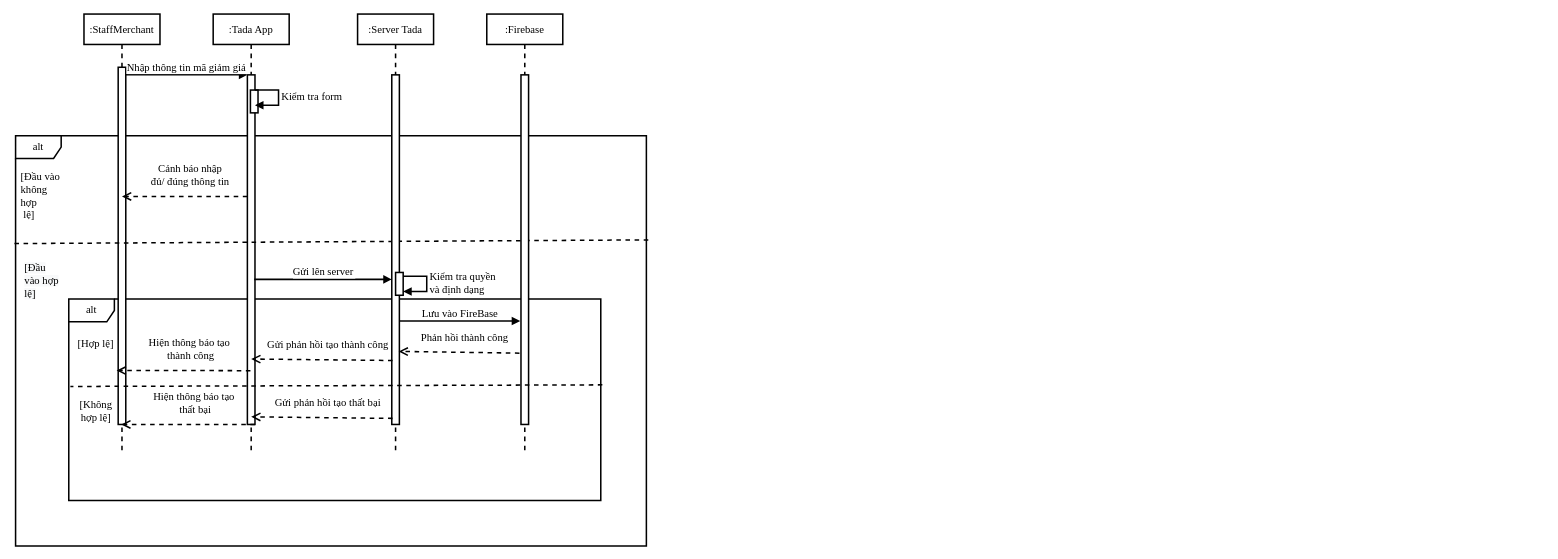
Above: Untitled Diagram.drawio in nguyendu11a2/TADA_DIAGRAM (draw.io), before the change. Source tidied: cells renumbered, new cells numbered last; positions are measured from the earlier drawing's top-left corner, leaving out a move shared by most shapes. Both pictures are drawn from the tidied source at 76%, with x=0, y=0 at pixel (15, 14).
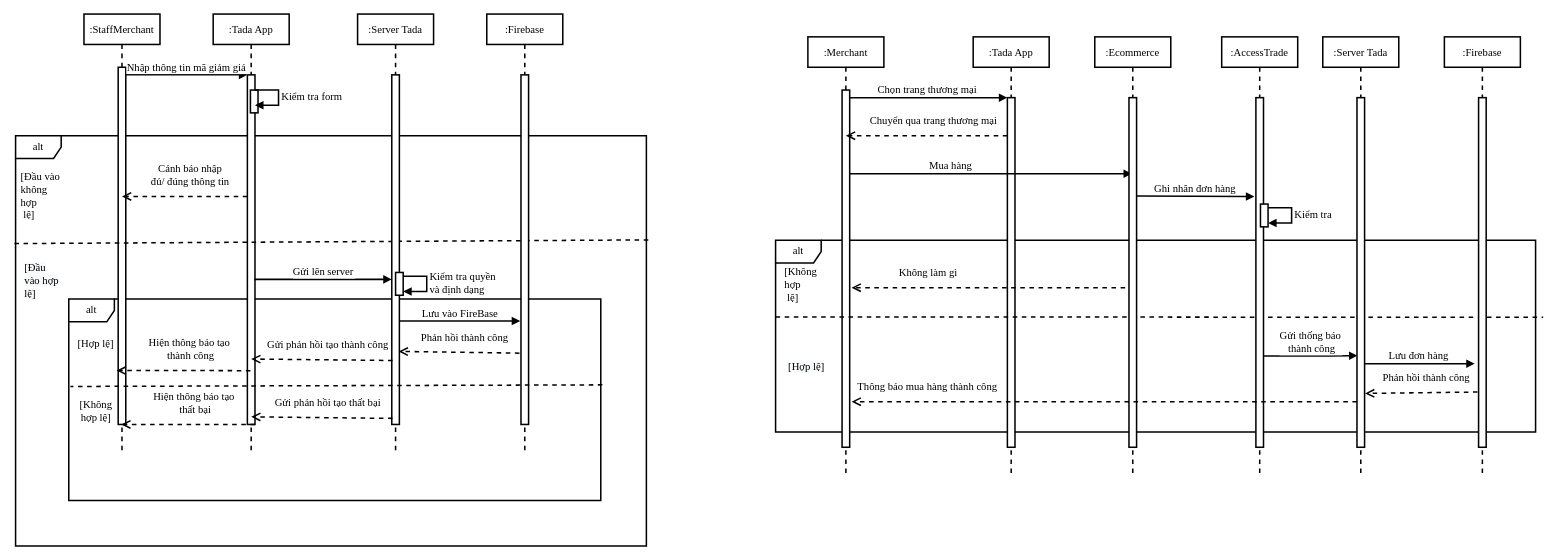
After the change.

What changed in the source:
```diff
@@
+    <mxCell id="31" value="alt" style="shape=umlFrame;whiteSpace=wrap;html=1;fontSize=14;fontFamily=Times New Roman;strokeWidth=2;" parent="1" vertex="1">
+      <mxGeometry x="1000" y="297.5" width="1000" height="252.5" as="geometry" />
+    </mxCell>
+    <mxCell id="32" value=":Merchant" style="shape=umlLifeline;perimeter=lifelinePerimeter;rounded=0;shadow=0;strokeWidth=2;fontSize=14;fontFamily=Times New Roman;" parent="1" vertex="1">
+      <mxGeometry x="1042.5" y="30" width="100" height="580" as="geometry" />
+    </mxCell>
+    <mxCell id="33" style="points=[];perimeter=orthogonalPerimeter;rounded=0;shadow=0;strokeWidth=2;fontSize=14;fontFamily=Times New Roman;" parent="32" vertex="1">
+      <mxGeometry x="45" y="70" width="10" height="470" as="geometry" />
+    </mxCell>
+    <mxCell id="34" value=":Tada App" style="shape=umlLifeline;perimeter=lifelinePerimeter;rounded=0;shadow=0;strokeWidth=2;fontSize=14;fontFamily=Times New Roman;" parent="1" vertex="1">
+      <mxGeometry x="1260" y="30" width="100" height="580" as="geometry" />
+    </mxCell>
+    <mxCell id="35" style="points=[];perimeter=orthogonalPerimeter;rounded=0;shadow=0;strokeWidth=2;fontSize=14;fontFamily=Times New Roman;" parent="34" vertex="1">
+      <mxGeometry x="45" y="80" width="10" height="460" as="geometry" />
+    </mxCell>
+    <mxCell id="36" value="Mua hàng" style="verticalAlign=bottom;endArrow=block;shadow=0;strokeWidth=2;fontSize=14;fontFamily=Times New Roman;" parent="34" edge="1" target="50">
+      <mxGeometry x="-0.29" relative="1" as="geometry">
+        <mxPoint x="-162.5" y="180" as="sourcePoint" />
+        <mxPoint x="1" as="offset" />
+      </mxGeometry>
+    </mxCell>
+    <mxCell id="37" style="verticalAlign=bottom;endArrow=none;dashed=1;endSize=8;exitX=0;exitY=0.4;shadow=0;strokeWidth=2;fontSize=14;fontFamily=Times New Roman;exitDx=0;exitDy=0;exitPerimeter=0;endFill=0;" parent="1" edge="1" source="31">
+      <mxGeometry relative="1" as="geometry">
+        <mxPoint x="2010" y="399" as="targetPoint" />
+      </mxGeometry>
+    </mxCell>
+    <mxCell id="38" value="Chọn trang thương mại " style="verticalAlign=bottom;endArrow=block;entryX=0;entryY=0;shadow=0;strokeWidth=2;fontSize=14;fontFamily=Times New Roman;" parent="1" edge="1" source="33" target="35">
+      <mxGeometry relative="1" as="geometry" />
+    </mxCell>
+    <mxCell id="39" value=":Server Tada" style="shape=umlLifeline;perimeter=lifelinePerimeter;rounded=0;shadow=0;strokeWidth=2;fontSize=14;fontFamily=Times New Roman;" parent="1" vertex="1">
+      <mxGeometry x="1720" y="30" width="100" height="580" as="geometry" />
+    </mxCell>
+    <mxCell id="40" style="points=[];perimeter=orthogonalPerimeter;rounded=0;shadow=0;strokeWidth=2;fontSize=14;fontFamily=Times New Roman;" parent="39" vertex="1">
+      <mxGeometry x="45" y="80" width="10" height="460" as="geometry" />
+    </mxCell>
+    <mxCell id="41" value="Chuyển qua trang thương mại" style="verticalAlign=bottom;endArrow=open;dashed=1;endSize=8;shadow=0;strokeWidth=2;fontSize=14;fontFamily=Times New Roman;" parent="1" edge="1" source="35" target="32">
+      <mxGeometry x="-0.09" y="-10" relative="1" as="geometry">
+        <Array as="points">
+          <mxPoint x="1190" y="160" />
+        </Array>
+      </mxGeometry>
+    </mxCell>
+    <mxCell id="42" value="Phản hồi thành công" style="verticalAlign=bottom;endArrow=open;dashed=1;endSize=8;shadow=0;strokeWidth=2;fontSize=14;fontFamily=Times New Roman;exitX=-0.142;exitY=0.842;exitDx=0;exitDy=0;exitPerimeter=0;entryX=1.067;entryY=0.846;entryDx=0;entryDy=0;entryPerimeter=0;" parent="1" edge="1" source="44" target="40">
+      <mxGeometry x="-0.09" y="-10" relative="1" as="geometry" />
+    </mxCell>
+    <mxCell id="43" value=":Firebase" style="shape=umlLifeline;perimeter=lifelinePerimeter;rounded=0;shadow=0;strokeWidth=2;fontSize=14;fontFamily=Times New Roman;" parent="1" vertex="1">
+      <mxGeometry x="1880" y="30" width="100" height="580" as="geometry" />
+    </mxCell>
+    <mxCell id="44" style="points=[];perimeter=orthogonalPerimeter;rounded=0;shadow=0;strokeWidth=2;fontSize=14;fontFamily=Times New Roman;" parent="43" vertex="1">
+      <mxGeometry x="45" y="80" width="10" height="460" as="geometry" />
+    </mxCell>
+    <mxCell id="45" value="Lưu đơn hàng " style="verticalAlign=bottom;endArrow=block;shadow=0;strokeWidth=2;fontSize=14;fontFamily=Times New Roman;" parent="43" edge="1">
+      <mxGeometry relative="1" as="geometry">
+        <mxPoint x="-105" y="430" as="sourcePoint" />
+        <mxPoint x="40" y="430" as="targetPoint" />
+      </mxGeometry>
+    </mxCell>
+    <mxCell id="46" value=":AccessTrade" style="shape=umlLifeline;perimeter=lifelinePerimeter;rounded=0;shadow=0;strokeWidth=2;fontSize=14;fontFamily=Times New Roman;" parent="1" vertex="1">
+      <mxGeometry x="1587" y="30" width="100" height="580" as="geometry" />
+    </mxCell>
+    <mxCell id="47" style="points=[];perimeter=orthogonalPerimeter;rounded=0;shadow=0;strokeWidth=2;fontSize=14;fontFamily=Times New Roman;" parent="46" vertex="1">
+      <mxGeometry x="45" y="80" width="10" height="460" as="geometry" />
+    </mxCell>
+    <mxCell id="48" style="html=1;perimeter=orthogonalPerimeter;fontSize=14;fontFamily=Times New Roman;strokeWidth=2;" parent="46" vertex="1">
+      <mxGeometry x="51" y="220" width="10" height="30" as="geometry" />
+    </mxCell>
+    <mxCell id="49" value="&lt;span style=&quot;text-align: center ; font-size: 14px&quot;&gt;Kiểm tra&amp;nbsp;&lt;/span&gt;" style="edgeStyle=orthogonalEdgeStyle;html=1;align=left;spacingLeft=2;endArrow=block;rounded=0;entryX=1;entryY=0;fontSize=14;fontFamily=Times New Roman;strokeWidth=2;" parent="46" edge="1">
+      <mxGeometry relative="1" as="geometry">
+        <mxPoint x="61" y="225" as="sourcePoint" />
+        <mxPoint x="61" y="245" as="targetPoint" />
+        <Array as="points">
+          <mxPoint x="92" y="225" />
+        </Array>
+      </mxGeometry>
+    </mxCell>
+    <mxCell id="50" value=":Ecommerce" style="shape=umlLifeline;perimeter=lifelinePerimeter;rounded=0;shadow=0;strokeWidth=2;fontSize=14;fontFamily=Times New Roman;" parent="1" vertex="1">
+      <mxGeometry x="1420" y="30" width="100" height="580" as="geometry" />
+    </mxCell>
+    <mxCell id="51" style="points=[];perimeter=orthogonalPerimeter;rounded=0;shadow=0;strokeWidth=2;fontSize=14;fontFamily=Times New Roman;" parent="50" vertex="1">
+      <mxGeometry x="45" y="80" width="10" height="460" as="geometry" />
+    </mxCell>
+    <mxCell id="52" value="Ghi nhân đơn hàng" style="verticalAlign=bottom;endArrow=block;shadow=0;strokeWidth=2;fontSize=14;fontFamily=Times New Roman;exitX=1.012;exitY=0.281;exitDx=0;exitDy=0;exitPerimeter=0;" parent="1" edge="1" source="51">
+      <mxGeometry relative="1" as="geometry">
+        <mxPoint x="1630" y="240" as="targetPoint" />
+      </mxGeometry>
+    </mxCell>
+    <mxCell id="53" value="&lt;span style=&quot;color: rgb(0 , 0 , 0) ; font-size: 14px ; font-style: normal ; font-weight: 400 ; letter-spacing: normal ; text-align: center ; text-indent: 0px ; text-transform: none ; word-spacing: 0px ; display: inline ; float: none ; background-color: rgb(255 , 255 , 255)&quot;&gt;[Không hợp&lt;br style=&quot;font-size: 14px&quot;&gt;&amp;nbsp;lệ]&lt;/span&gt;" style="text;whiteSpace=wrap;html=1;fontSize=14;fontFamily=Times New Roman;strokeWidth=2;" parent="1" vertex="1">
+      <mxGeometry x="1010" y="325" width="60" height="50" as="geometry" />
+    </mxCell>
+    <mxCell id="54" value="&lt;span style=&quot;color: rgb(0 , 0 , 0) ; font-size: 14px ; font-style: normal ; font-weight: 400 ; letter-spacing: normal ; text-align: center ; text-indent: 0px ; text-transform: none ; word-spacing: 0px ; background-color: rgb(248 , 249 , 250) ; display: inline ; float: none&quot;&gt;[Hợp lệ]&lt;/span&gt;" style="text;whiteSpace=wrap;html=1;fontSize=14;fontFamily=Times New Roman;strokeWidth=2;" parent="1" vertex="1">
+      <mxGeometry x="1015" y="450" width="50" height="50" as="geometry" />
+    </mxCell>
+    <mxCell id="55" value="Gửi thống báo&#10; thành công" style="verticalAlign=bottom;endArrow=block;shadow=0;strokeWidth=2;fontSize=14;fontFamily=Times New Roman;entryX=0.075;entryY=0.738;entryDx=0;entryDy=0;entryPerimeter=0;" parent="1" edge="1" source="47" target="40">
+      <mxGeometry relative="1" as="geometry">
+        <Array as="points">
+          <mxPoint x="1720" y="450" />
+        </Array>
+      </mxGeometry>
+    </mxCell>
+    <mxCell id="56" value="Thông báo mua hàng thành công" style="verticalAlign=bottom;endArrow=open;dashed=1;endSize=8;shadow=0;strokeWidth=2;fontSize=14;fontFamily=Times New Roman;" parent="1" edge="1" source="40">
+      <mxGeometry x="0.7" y="-10" relative="1" as="geometry">
+        <mxPoint x="1100" y="510" as="targetPoint" />
+      </mxGeometry>
+    </mxCell>
+    <mxCell id="57" value="Không làm gì" style="verticalAlign=bottom;endArrow=open;dashed=1;endSize=8;shadow=0;strokeWidth=2;fontSize=14;fontFamily=Times New Roman;" parent="1" edge="1">
+      <mxGeometry x="0.44" y="-10" relative="1" as="geometry">
+        <mxPoint x="1460" y="360" as="sourcePoint" />
+        <mxPoint x="1100" y="360" as="targetPoint" />
+      </mxGeometry>
+    </mxCell>
```
